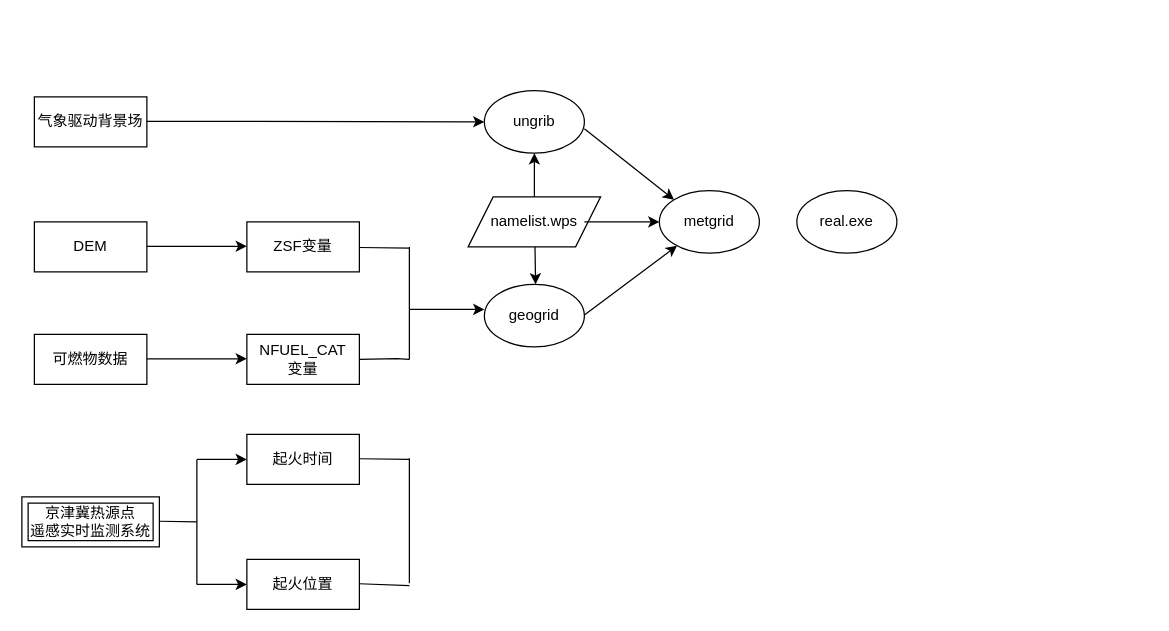
Above: 技术路线图_qc.drawio in gaohuanxin/WRF-SFIRE (draw.io), before the change. Source tidied: cells renumbered, new cells numbered last; positions are measured from the earlier drawing's top-left corner, leaving out a move shared by most shapes. Both pictures are drawn from the tidied source at 125%, with x=0, y=0 at pixel (21, 90).
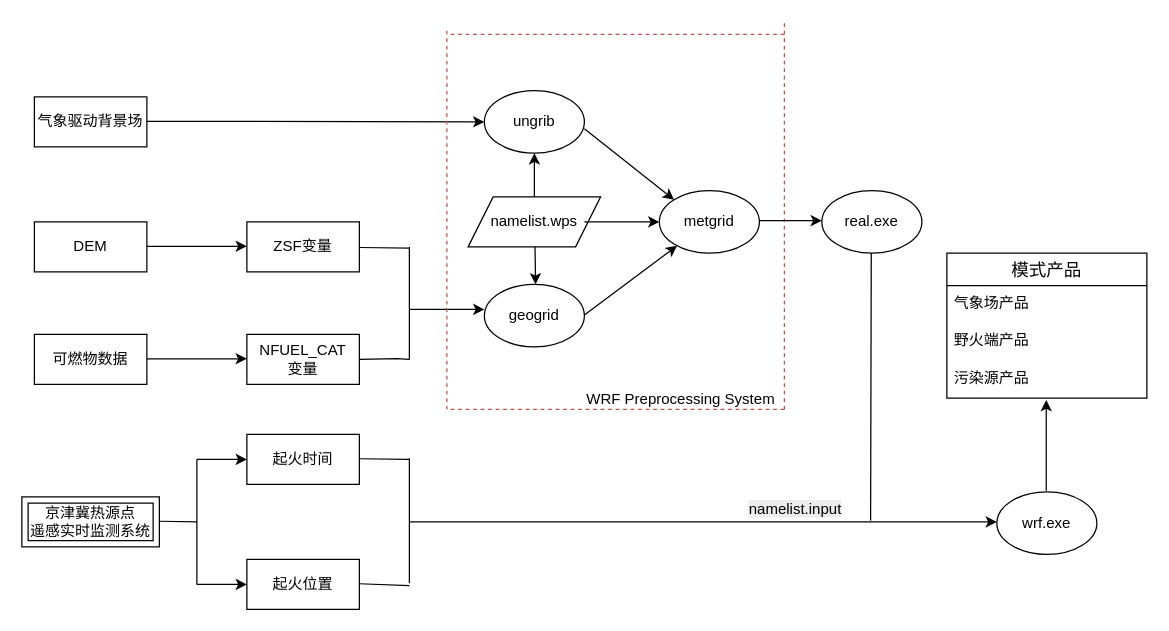
After the change.

Commit message (it also covers changes not shown here):
技术路线图_qc.drawio

Diff of the diagram source:
```diff
@@
     <mxCell id="31" value="real.exe" style="ellipse;whiteSpace=wrap;html=1;" parent="1" vertex="1">
-      <mxGeometry x="620" y="80" width="80" height="50" as="geometry" />
+      <mxGeometry x="640" y="80" width="80" height="50" as="geometry" />
     </mxCell>
@@
+    <mxCell id="34" style="endArrow=none;dashed=1;html=1;rounded=0;fillColor=#f8cecc;strokeColor=#b85450;" parent="1" edge="1">
+      <mxGeometry relative="1" as="geometry">
+        <mxPoint x="340" y="255" as="sourcePoint" />
+        <mxPoint x="340" y="-50" as="targetPoint" />
+      </mxGeometry>
+    </mxCell>
+    <mxCell id="35" style="endArrow=none;dashed=1;html=1;rounded=0;fillColor=#f8cecc;strokeColor=#b85450;" parent="1" edge="1">
+      <mxGeometry relative="1" as="geometry">
+        <mxPoint x="610" y="255" as="sourcePoint" />
+        <mxPoint x="610" y="-55" as="targetPoint" />
+      </mxGeometry>
+    </mxCell>
+    <mxCell id="36" style="endArrow=classic;html=1;rounded=0;" parent="1" edge="1">
+      <mxGeometry relative="1" as="geometry">
+        <mxPoint x="590" y="104" as="sourcePoint" />
+        <mxPoint x="640" y="104" as="targetPoint" />
+      </mxGeometry>
+    </mxCell>
+    <mxCell id="37" style="endArrow=none;dashed=1;html=1;rounded=0;fillColor=#f8cecc;strokeColor=#b85450;" parent="1" edge="1">
+      <mxGeometry relative="1" as="geometry">
+        <mxPoint x="610" y="-45" as="sourcePoint" />
+        <mxPoint x="340" y="-45" as="targetPoint" />
+      </mxGeometry>
+    </mxCell>
+    <mxCell id="38" style="endArrow=none;dashed=1;html=1;rounded=0;fillColor=#f8cecc;strokeColor=#b85450;" parent="1" edge="1">
+      <mxGeometry relative="1" as="geometry">
+        <mxPoint x="610" y="255" as="sourcePoint" />
+        <mxPoint x="340" y="255" as="targetPoint" />
+      </mxGeometry>
+    </mxCell>
+    <mxCell id="39" style="endArrow=none;html=1;rounded=0;exitX=1;exitY=1;exitDx=0;exitDy=0;" parent="1" edge="1">
+      <mxGeometry relative="1" as="geometry">
+        <mxPoint x="679" y="344" as="sourcePoint" />
+        <mxPoint x="679.5" y="130" as="targetPoint" />
+      </mxGeometry>
+    </mxCell>
+    <mxCell id="40" style="endArrow=classic;html=1;rounded=0;" parent="1" edge="1">
+      <mxGeometry relative="1" as="geometry">
+        <mxPoint x="310" y="345" as="sourcePoint" />
+        <mxPoint x="780" y="345" as="targetPoint" />
+      </mxGeometry>
+    </mxCell>
+    <mxCell id="41" value="wrf.exe" style="ellipse;whiteSpace=wrap;html=1;" parent="1" vertex="1">
+      <mxGeometry x="780" y="321" width="80" height="50" as="geometry" />
+    </mxCell>
+    <mxCell id="42" value="&lt;div style=&quot;text-align: center;&quot;&gt;WRF Preprocessing System&lt;/div&gt;" style="text;whiteSpace=wrap;html=1;" parent="1" vertex="1">
+      <mxGeometry x="450" y="233" width="180" height="50" as="geometry" />
+    </mxCell>
+    <mxCell id="43" value="&lt;span style=&quot;color: rgb(0, 0, 0); font-family: Helvetica; font-size: 12px; font-style: normal; font-variant-ligatures: normal; font-variant-caps: normal; font-weight: 400; letter-spacing: normal; orphans: 2; text-align: center; text-indent: 0px; text-transform: none; widows: 2; word-spacing: 0px; -webkit-text-stroke-width: 0px; white-space: normal; background-color: rgb(236, 236, 236); text-decoration-thickness: initial; text-decoration-style: initial; text-decoration-color: initial; display: inline !important; float: none;&quot;&gt;namelist.input&lt;/span&gt;" style="text;whiteSpace=wrap;html=1;" parent="1" vertex="1">
+      <mxGeometry x="580" y="321" width="110" height="40" as="geometry" />
+    </mxCell>
+    <mxCell id="44" style="endArrow=classic;html=1;rounded=0;" parent="1" edge="1">
+      <mxGeometry relative="1" as="geometry">
+        <mxPoint x="819.5" y="320" as="sourcePoint" />
+        <mxPoint x="819.5" y="247.5" as="targetPoint" />
+      </mxGeometry>
+    </mxCell>
+    <mxCell id="45" value="模式产品" style="swimlane;fontStyle=0;horizontal=1;startSize=26;align=center;fontSize=14;" parent="1" vertex="1">
+      <mxGeometry x="740" y="130" width="160" height="116" as="geometry" />
+    </mxCell>
+    <mxCell id="46" value="气象场产品" style="text;strokeColor=none;fillColor=none;spacingLeft=4;spacingRight=4;overflow=hidden;fontSize=12;whiteSpace=wrap;html=1;" parent="45" vertex="1">
+      <mxGeometry y="26" width="160" height="30" as="geometry" />
+    </mxCell>
+    <mxCell id="47" value="野火端产品" style="text;strokeColor=none;fillColor=none;spacingLeft=4;spacingRight=4;overflow=hidden;fontSize=12;whiteSpace=wrap;html=1;" parent="45" vertex="1">
+      <mxGeometry y="56" width="160" height="30" as="geometry" />
+    </mxCell>
+    <mxCell id="48" value="污染源产品" style="text;strokeColor=none;fillColor=none;spacingLeft=4;spacingRight=4;overflow=hidden;fontSize=12;whiteSpace=wrap;html=1;" parent="45" vertex="1">
+      <mxGeometry y="86" width="160" height="30" as="geometry" />
+    </mxCell>
```
